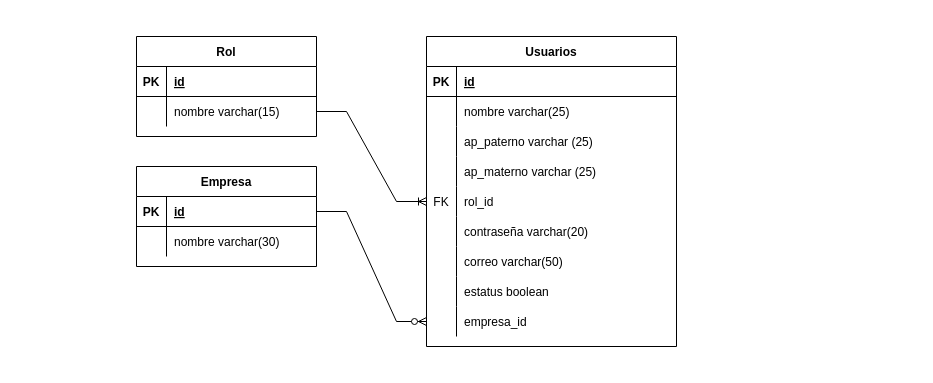
This is Diagrama BBDD.drawio from soolelu/pilotoE3-Back, a draw.io file, before an edit. Source tidied: cells renumbered, new cells numbered last; positions are measured from the earlier drawing's top-left corner, leaving out a move shared by most shapes. Both pictures are drawn from the tidied source at 100%, with x=0, y=0 at pixel (136, 36).
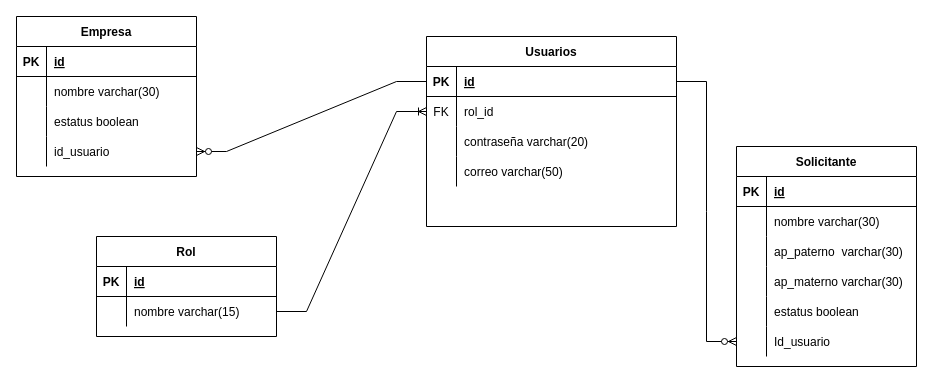
After the change.

Unchanged cells that the change refers to:
```xml
<mxCell id="3" style="shape=partialRectangle;fillColor=none;points=[[0,0.5],[1,0.5]];portConstraint=eastwest;top=0;left=0;right=0;bottom=1;" parent="2" vertex="1">
  <mxGeometry y="30" width="250" height="30" as="geometry" />
</mxCell>
<mxCell id="39" style="shape=tableRow;horizontal=0;startSize=0;swimlaneHead=0;swimlaneBody=0;fillColor=none;points=[[0,0.5],[1,0.5]];portConstraint=eastwest;top=0;left=0;right=0;bottom=1;" parent="38" vertex="1">
  <mxGeometry y="30" width="180" height="30" as="geometry" />
</mxCell>
```

Diff of the diagram source:
```diff
@@
     <mxCell id="2" value="Usuarios" style="shape=table;startSize=30;childLayout=tableLayout;rowLines=0;fontStyle=1;align=center;" parent="1" vertex="1">
-      <mxGeometry x="290" width="250" height="310" as="geometry" />
+      <mxGeometry x="290" width="250" height="190" as="geometry" />
     </mxCell>
@@
-    <mxCell id="6" style="shape=partialRectangle;fillColor=none;top=0;left=0;right=0;bottom=0;" parent="2" vertex="1">
-      <mxGeometry y="60" width="250" height="30" as="geometry" />
-    </mxCell>
-    <mxCell id="7" style="shape=partialRectangle;overflow=hidden;fillColor=none;top=0;left=0;bottom=0;right=0;" parent="6" vertex="1">
-      <mxGeometry width="30" height="30" as="geometry" />
-    </mxCell>
-    <mxCell id="8" value="nombre varchar(25)" style="shape=partialRectangle;overflow=hidden;fillColor=none;top=0;left=0;bottom=0;right=0;align=left;spacingLeft=6;" parent="6" vertex="1">
-      <mxGeometry x="30" width="220" height="30" as="geometry" />
-    </mxCell>
-    <mxCell id="9" style="shape=partialRectangle;fillColor=none;top=0;left=0;right=0;bottom=0;" parent="2" vertex="1">
-      <mxGeometry y="90" width="250" height="30" as="geometry" />
-    </mxCell>
-    <mxCell id="10" style="shape=partialRectangle;overflow=hidden;fillColor=none;top=0;left=0;bottom=0;right=0;" parent="9" vertex="1">
-      <mxGeometry width="30" height="30" as="geometry" />
-    </mxCell>
-    <mxCell id="11" value="ap_paterno varchar (25)" style="shape=partialRectangle;overflow=hidden;fillColor=none;top=0;left=0;bottom=0;right=0;align=left;spacingLeft=6;" parent="9" vertex="1">
-      <mxGeometry x="30" width="220" height="30" as="geometry" />
-    </mxCell>
-    <mxCell id="12" style="shape=partialRectangle;fillColor=none;top=0;left=0;right=0;bottom=0;" parent="2" vertex="1">
-      <mxGeometry y="120" width="250" height="30" as="geometry" />
-    </mxCell>
-    <mxCell id="13" style="shape=partialRectangle;overflow=hidden;fillColor=none;top=0;left=0;bottom=0;right=0;" parent="12" vertex="1">
-      <mxGeometry width="30" height="30" as="geometry" />
-    </mxCell>
-    <mxCell id="14" value="ap_materno varchar (25)" style="shape=partialRectangle;overflow=hidden;fillColor=none;top=0;left=0;bottom=0;right=0;align=left;spacingLeft=6;" parent="12" vertex="1">
-      <mxGeometry x="30" width="220" height="30" as="geometry" />
-    </mxCell>
     <mxCell id="15" style="shape=partialRectangle;fillColor=none;points=[[0,0.5],[1,0.5]];portConstraint=eastwest;top=0;left=0;right=0;bottom=0;" parent="2" vertex="1">
-      <mxGeometry y="150" width="250" height="30" as="geometry" />
+      <mxGeometry y="60" width="250" height="30" as="geometry" />
     </mxCell>
@@
     <mxCell id="18" style="shape=partialRectangle;fillColor=none;top=0;left=0;right=0;bottom=0;" parent="2" vertex="1">
-      <mxGeometry y="180" width="250" height="30" as="geometry" />
+      <mxGeometry y="90" width="250" height="30" as="geometry" />
     </mxCell>
@@
     <mxCell id="21" style="shape=partialRectangle;fillColor=none;top=0;left=0;right=0;bottom=0;" parent="2" vertex="1">
-      <mxGeometry y="210" width="250" height="30" as="geometry" />
+      <mxGeometry y="120" width="250" height="30" as="geometry" />
     </mxCell>
@@
-    <mxCell id="24" style="shape=partialRectangle;fillColor=none;top=0;left=0;right=0;bottom=0;" parent="2" vertex="1">
-      <mxGeometry y="240" width="250" height="30" as="geometry" />
-    </mxCell>
-    <mxCell id="25" style="shape=partialRectangle;overflow=hidden;fillColor=none;top=0;left=0;bottom=0;right=0;" parent="24" vertex="1">
-      <mxGeometry width="30" height="30" as="geometry" />
-    </mxCell>
-    <mxCell id="26" value="estatus boolean" style="shape=partialRectangle;overflow=hidden;fillColor=none;top=0;left=0;bottom=0;right=0;align=left;spacingLeft=6;" parent="24" vertex="1">
-      <mxGeometry x="30" width="220" height="30" as="geometry" />
-    </mxCell>
-    <mxCell id="27" style="shape=partialRectangle;fillColor=none;points=[[0,0.5],[1,0.5]];portConstraint=eastwest;top=0;left=0;right=0;bottom=0;" parent="2" vertex="1">
-      <mxGeometry y="270" width="250" height="30" as="geometry" />
-    </mxCell>
-    <mxCell id="28" style="shape=partialRectangle;overflow=hidden;fillColor=none;top=0;left=0;bottom=0;right=0;" parent="27" vertex="1">
-      <mxGeometry width="30" height="30" as="geometry" />
-    </mxCell>
-    <mxCell id="29" value="empresa_id" style="shape=partialRectangle;overflow=hidden;fillColor=none;top=0;left=0;bottom=0;right=0;align=left;spacingLeft=6;" parent="27" vertex="1">
-      <mxGeometry x="30" width="220" height="30" as="geometry" />
-    </mxCell>
     <mxCell id="30" value="Rol" style="shape=table;startSize=30;childLayout=tableLayout;rowLines=0;fontStyle=1;align=center;" parent="1" vertex="1">
-      <mxGeometry width="180" height="100" as="geometry" />
+      <mxGeometry x="-40" y="200" width="180" height="100" as="geometry" />
     </mxCell>
@@
     <mxCell id="38" value="Empresa" style="shape=table;startSize=30;childLayout=tableLayout;rowLines=0;fontStyle=1;align=center;" parent="1" vertex="1">
-      <mxGeometry y="130" width="180" height="100" as="geometry" />
+      <mxGeometry x="-120" y="-20" width="180" height="160" as="geometry" />
     </mxCell>
@@
-    <mxCell id="45" style="edgeStyle=entityRelationEdgeStyle;fontSize=12;html=1;endArrow=ERzeroToMany;endFill=1;rounded=0;exitX=1;exitY=0.5;exitDx=0;exitDy=0;entryX=0;entryY=0.5;entryDx=0;entryDy=0;" parent="1" edge="1" source="39" target="27">
-      <mxGeometry relative="1" as="geometry" />
-    </mxCell>
+    <mxCell id="46" style="shape=tableRow;horizontal=0;startSize=0;swimlaneHead=0;swimlaneBody=0;fillColor=none;top=0;left=0;right=0;bottom=0;" parent="38" vertex="1">
+      <mxGeometry y="90" width="180" height="30" as="geometry" />
+    </mxCell>
+    <mxCell id="47" style="shape=partialRectangle;fillColor=none;top=0;left=0;bottom=0;right=0;overflow=hidden;" parent="46" vertex="1">
+      <mxGeometry width="30" height="30" as="geometry" />
+    </mxCell>
+    <mxCell id="48" value="estatus boolean" style="shape=partialRectangle;fillColor=none;top=0;left=0;bottom=0;right=0;align=left;spacingLeft=6;overflow=hidden;" parent="46" vertex="1">
+      <mxGeometry x="30" width="150" height="30" as="geometry" />
+    </mxCell>
+    <mxCell id="49" style="shape=tableRow;horizontal=0;startSize=0;swimlaneHead=0;swimlaneBody=0;fillColor=none;points=[[0,0.5],[1,0.5]];portConstraint=eastwest;top=0;left=0;right=0;bottom=0;" parent="38" vertex="1">
+      <mxGeometry y="120" width="180" height="30" as="geometry" />
+    </mxCell>
+    <mxCell id="50" style="shape=partialRectangle;fillColor=none;top=0;left=0;bottom=0;right=0;overflow=hidden;" parent="49" vertex="1">
+      <mxGeometry width="30" height="30" as="geometry" />
+    </mxCell>
+    <mxCell id="51" value="id_usuario" style="shape=partialRectangle;fillColor=none;top=0;left=0;bottom=0;right=0;align=left;spacingLeft=6;overflow=hidden;" parent="49" vertex="1">
+      <mxGeometry x="30" width="150" height="30" as="geometry" />
+    </mxCell>
+    <mxCell id="52" value="Solicitante" style="shape=table;startSize=30;childLayout=tableLayout;rowLines=0;fontStyle=1;align=center;" parent="1" vertex="1">
+      <mxGeometry x="600" y="110" width="180" height="220" as="geometry" />
+    </mxCell>
+    <mxCell id="53" style="shape=tableRow;horizontal=0;startSize=0;swimlaneHead=0;swimlaneBody=0;fillColor=none;top=0;left=0;right=0;bottom=1;" parent="52" vertex="1">
+      <mxGeometry y="30" width="180" height="30" as="geometry" />
+    </mxCell>
+    <mxCell id="54" value="PK" style="shape=partialRectangle;fillColor=none;top=0;left=0;bottom=0;right=0;fontStyle=1;overflow=hidden;" parent="53" vertex="1">
+      <mxGeometry width="30" height="30" as="geometry" />
+    </mxCell>
+    <mxCell id="55" value="id" style="shape=partialRectangle;fillColor=none;top=0;left=0;bottom=0;right=0;align=left;spacingLeft=6;fontStyle=5;overflow=hidden;" parent="53" vertex="1">
+      <mxGeometry x="30" width="150" height="30" as="geometry" />
+    </mxCell>
+    <mxCell id="56" style="shape=tableRow;horizontal=0;startSize=0;swimlaneHead=0;swimlaneBody=0;fillColor=none;top=0;left=0;right=0;bottom=0;" parent="52" vertex="1">
+      <mxGeometry y="60" width="180" height="30" as="geometry" />
+    </mxCell>
+    <mxCell id="57" style="shape=partialRectangle;fillColor=none;top=0;left=0;bottom=0;right=0;overflow=hidden;" parent="56" vertex="1">
+      <mxGeometry width="30" height="30" as="geometry" />
+    </mxCell>
+    <mxCell id="58" value="nombre varchar(30)" style="shape=partialRectangle;fillColor=none;top=0;left=0;bottom=0;right=0;align=left;spacingLeft=6;overflow=hidden;" parent="56" vertex="1">
+      <mxGeometry x="30" width="150" height="30" as="geometry" />
+    </mxCell>
+    <mxCell id="59" style="shape=tableRow;horizontal=0;startSize=0;swimlaneHead=0;swimlaneBody=0;fillColor=none;top=0;left=0;right=0;bottom=0;" parent="52" vertex="1">
+      <mxGeometry y="90" width="180" height="30" as="geometry" />
+    </mxCell>
+    <mxCell id="60" style="shape=partialRectangle;fillColor=none;top=0;left=0;bottom=0;right=0;overflow=hidden;" parent="59" vertex="1">
+      <mxGeometry width="30" height="30" as="geometry" />
+    </mxCell>
+    <mxCell id="61" value="ap_paterno  varchar(30)" style="shape=partialRectangle;fillColor=none;top=0;left=0;bottom=0;right=0;align=left;spacingLeft=6;overflow=hidden;" parent="59" vertex="1">
+      <mxGeometry x="30" width="150" height="30" as="geometry" />
+    </mxCell>
+    <mxCell id="62" style="shape=tableRow;horizontal=0;startSize=0;swimlaneHead=0;swimlaneBody=0;fillColor=none;top=0;left=0;right=0;bottom=0;" parent="52" vertex="1">
+      <mxGeometry y="120" width="180" height="30" as="geometry" />
+    </mxCell>
+    <mxCell id="63" style="shape=partialRectangle;fillColor=none;top=0;left=0;bottom=0;right=0;overflow=hidden;" parent="62" vertex="1">
+      <mxGeometry width="30" height="30" as="geometry" />
+    </mxCell>
+    <mxCell id="64" value="ap_materno varchar(30)" style="shape=partialRectangle;fillColor=none;top=0;left=0;bottom=0;right=0;align=left;spacingLeft=6;overflow=hidden;" parent="62" vertex="1">
+      <mxGeometry x="30" width="150" height="30" as="geometry" />
+    </mxCell>
+    <mxCell id="65" style="shape=tableRow;horizontal=0;startSize=0;swimlaneHead=0;swimlaneBody=0;fillColor=none;top=0;left=0;right=0;bottom=0;" parent="52" vertex="1">
+      <mxGeometry y="150" width="180" height="30" as="geometry" />
+    </mxCell>
+    <mxCell id="66" style="shape=partialRectangle;fillColor=none;top=0;left=0;bottom=0;right=0;overflow=hidden;" parent="65" vertex="1">
+      <mxGeometry width="30" height="30" as="geometry" />
+    </mxCell>
+    <mxCell id="67" value="estatus boolean" style="shape=partialRectangle;fillColor=none;top=0;left=0;bottom=0;right=0;align=left;spacingLeft=6;overflow=hidden;" parent="65" vertex="1">
+      <mxGeometry x="30" width="150" height="30" as="geometry" />
+    </mxCell>
+    <mxCell id="68" style="shape=tableRow;horizontal=0;startSize=0;swimlaneHead=0;swimlaneBody=0;fillColor=none;points=[[0,0.5],[1,0.5]];portConstraint=eastwest;top=0;left=0;right=0;bottom=0;" parent="52" vertex="1">
+      <mxGeometry y="180" width="180" height="30" as="geometry" />
+    </mxCell>
+    <mxCell id="69" style="shape=partialRectangle;fillColor=none;top=0;left=0;bottom=0;right=0;overflow=hidden;" parent="68" vertex="1">
+      <mxGeometry width="30" height="30" as="geometry" />
+    </mxCell>
+    <mxCell id="70" value="Id_usuario" style="shape=partialRectangle;fillColor=none;top=0;left=0;bottom=0;right=0;align=left;spacingLeft=6;overflow=hidden;" parent="68" vertex="1">
+      <mxGeometry x="30" width="150" height="30" as="geometry" />
+    </mxCell>
+    <mxCell id="71" style="edgeStyle=entityRelationEdgeStyle;fontSize=12;html=1;endArrow=ERzeroToMany;endFill=1;rounded=0;exitX=0;exitY=0.5;exitDx=0;exitDy=0;" parent="1" edge="1" source="3" target="49">
+      <mxGeometry relative="1" as="geometry" />
+    </mxCell>
+    <mxCell id="72" style="edgeStyle=entityRelationEdgeStyle;fontSize=12;html=1;endArrow=ERzeroToMany;endFill=1;rounded=0;entryX=0;entryY=0.5;entryDx=0;entryDy=0;exitX=1;exitY=0.5;exitDx=0;exitDy=0;" parent="1" edge="1" source="3" target="68">
+      <mxGeometry relative="1" as="geometry" />
+    </mxCell>
```
